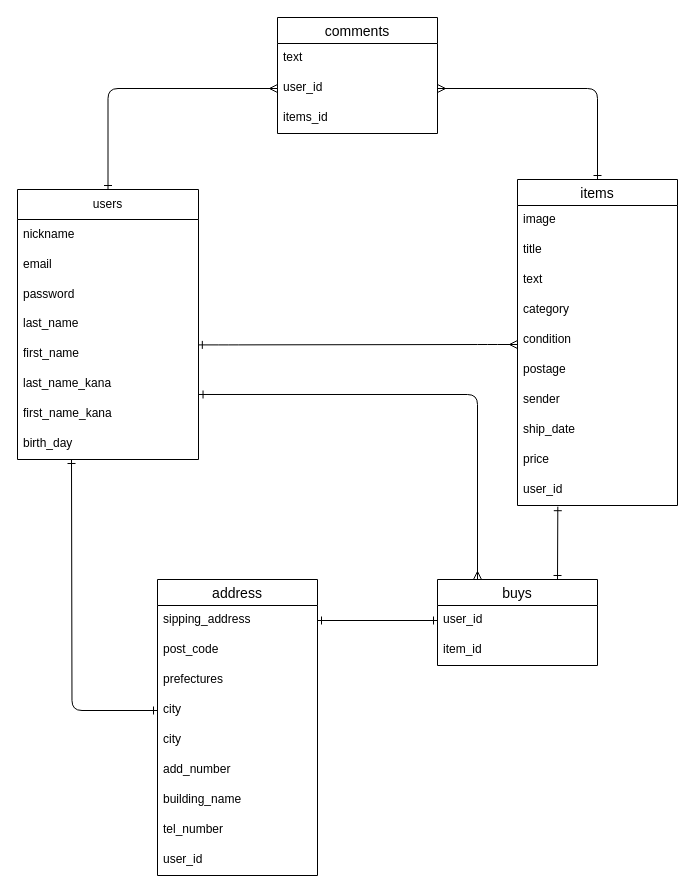
Earlier version of the draw.io diagram er.dio (kurikinako/furima-39224). Source tidied: cells renumbered, new cells numbered last; positions are measured from the earlier drawing's top-left corner, leaving out a move shared by most shapes. Both pictures are drawn from the tidied source at 100%, with x=0, y=0 at pixel (17, 17).
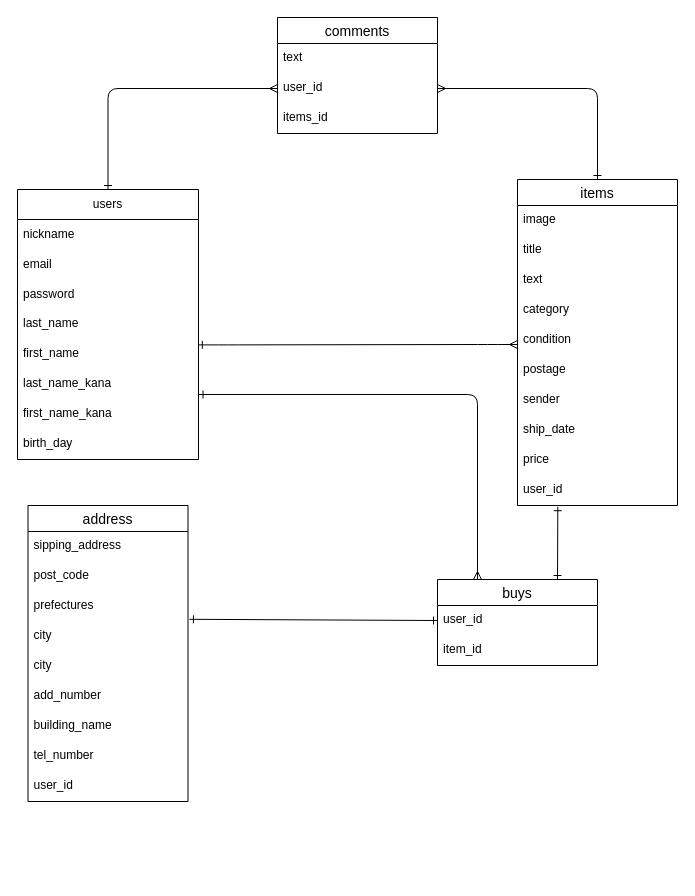
The same diagram, later.

Commit message (it also covers changes not shown here):
データベース設計の修正③

The change refers to these unchanged cells:
```xml
<mxCell id="30" value="user_id" style="text;strokeColor=none;fillColor=none;spacingLeft=4;spacingRight=4;overflow=hidden;points=[[0,0.5],[1,0.5]];portConstraint=eastwest;fontSize=12;" parent="29" vertex="1">
  <mxGeometry y="26" width="160" height="30" as="geometry" />
</mxCell>
<mxCell id="33" value="sipping_address" style="text;strokeColor=none;fillColor=none;spacingLeft=4;spacingRight=4;overflow=hidden;points=[[0,0.5],[1,0.5]];portConstraint=eastwest;fontSize=12;" parent="32" vertex="1">
  <mxGeometry y="26" width="160" height="30" as="geometry" />
</mxCell>
<mxCell id="35" value="prefectures" style="text;strokeColor=none;fillColor=none;spacingLeft=4;spacingRight=4;overflow=hidden;points=[[0,0.5],[1,0.5]];portConstraint=eastwest;fontSize=12;" parent="32" vertex="1">
  <mxGeometry y="86" width="160" height="30" as="geometry" />
</mxCell>
<mxCell id="36" value="city" style="text;strokeColor=none;fillColor=none;spacingLeft=4;spacingRight=4;overflow=hidden;points=[[0,0.5],[1,0.5]];portConstraint=eastwest;fontSize=12;" parent="32" vertex="1">
  <mxGeometry y="116" width="160" height="30" as="geometry" />
</mxCell>
```

The edit, as a diff of the source:
```diff
@@
     <mxCell id="32" value="address" style="swimlane;fontStyle=0;horizontal=1;startSize=26;align=center;fontSize=14;" parent="1" vertex="1">
-      <mxGeometry x="140" y="562" width="160" height="296" as="geometry" />
+      <mxGeometry x="10.5" y="488" width="160" height="296" as="geometry" />
     </mxCell>
@@
-    <mxCell id="43" style="edgeStyle=orthogonalEdgeStyle;html=1;exitX=0;exitY=0.5;exitDx=0;exitDy=0;startArrow=ERone;startFill=0;endArrow=ERone;endFill=0;elbow=vertical;" parent="1" edge="1" source="36">
-      <mxGeometry relative="1" as="geometry">
-        <mxPoint x="54" y="442" as="targetPoint" />
-      </mxGeometry>
-    </mxCell>
@@
-    <mxCell id="45" style="edgeStyle=orthogonalEdgeStyle;html=1;exitX=0;exitY=0.5;exitDx=0;exitDy=0;entryX=1;entryY=0.5;entryDx=0;entryDy=0;startArrow=ERone;startFill=0;endArrow=ERone;endFill=0;elbow=vertical;" parent="1" edge="1" source="30" target="33">
+    <mxCell id="45" style="html=1;exitX=0;exitY=0.5;exitDx=0;exitDy=0;entryX=1.009;entryY=0.927;entryDx=0;entryDy=0;startArrow=ERone;startFill=0;endArrow=ERone;endFill=0;elbow=vertical;entryPerimeter=0;" parent="1" edge="1" source="30" target="35">
       <mxGeometry relative="1" as="geometry" />
     </mxCell>
```
